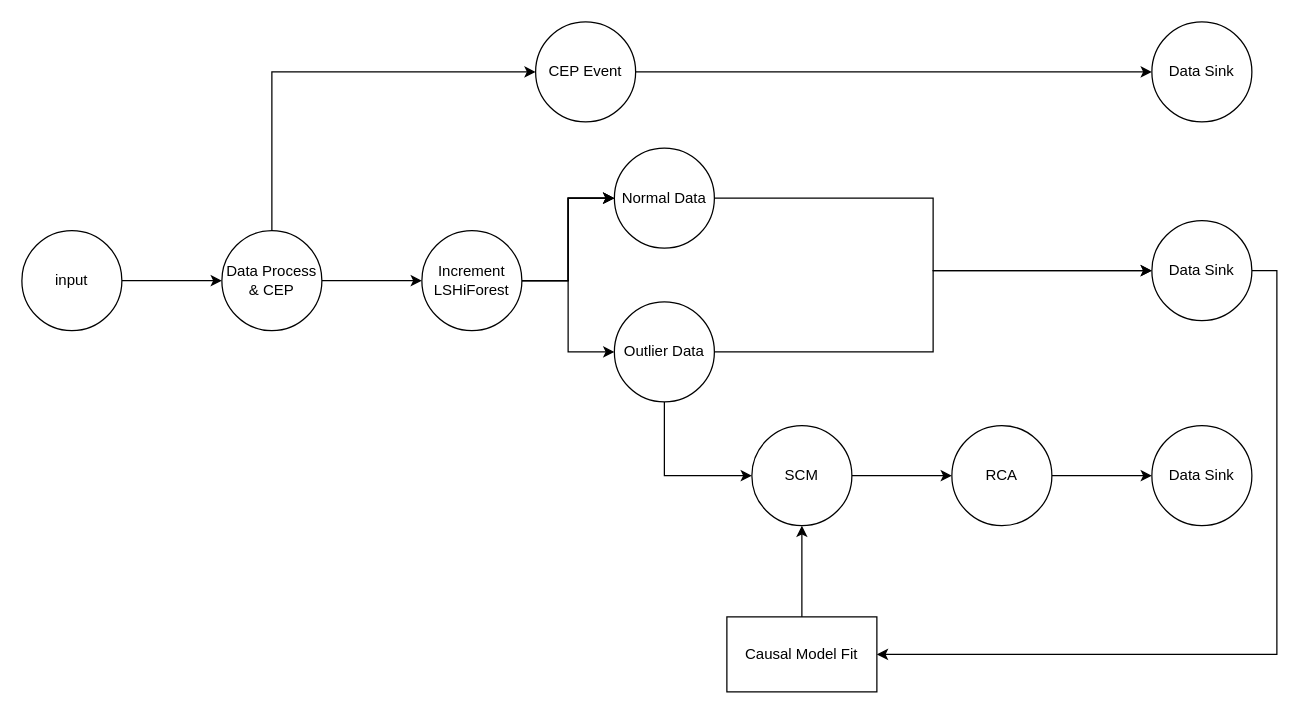
The draw.io diagram page "第 2 页" (2 of 3) of 系统架构图.drawio in LiLiJacky/graphData, before the edit. Source tidied: cells renumbered, new cells numbered last; positions are measured from the earlier drawing's top-left corner, leaving out a move shared by most shapes. Both pictures are drawn from the tidied source at 125%, with x=0, y=0 at pixel (21, 21).
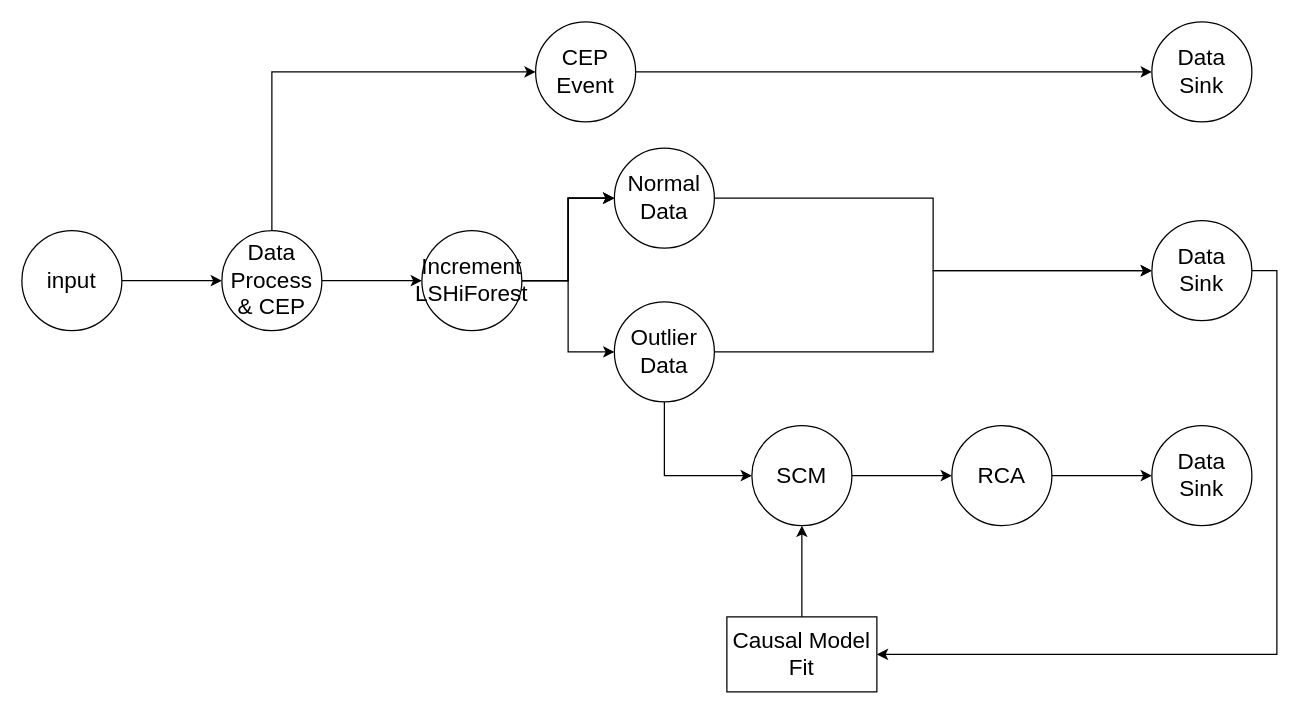
After the change.

Change to the diagram source:
```diff
@@
-    <mxCell id="2" style="edgeStyle=orthogonalEdgeStyle;rounded=0;jettySize=auto;html=1;" parent="1" edge="1" source="3" target="6">
+    <mxCell id="2" style="edgeStyle=orthogonalEdgeStyle;rounded=0;jettySize=auto;html=1;fontSize=18;" parent="1" edge="1" source="3" target="6">
       <mxGeometry relative="1" as="geometry" />
     </mxCell>
-    <mxCell id="3" value="input" style="ellipse;whiteSpace=wrap;html=1;" parent="1" vertex="1">
+    <mxCell id="3" value="input" style="ellipse;whiteSpace=wrap;html=1;fontSize=18;" parent="1" vertex="1">
       <mxGeometry y="167" width="80" height="80" as="geometry" />
     </mxCell>
-    <mxCell id="4" style="edgeStyle=orthogonalEdgeStyle;rounded=0;jettySize=auto;html=1;entryX=0;entryY=0.5;entryDx=0;entryDy=0;exitX=0.5;exitY=0;exitDx=0;exitDy=0;" parent="1" edge="1" source="6" target="8">
+    <mxCell id="4" style="edgeStyle=orthogonalEdgeStyle;rounded=0;jettySize=auto;html=1;entryX=0;entryY=0.5;entryDx=0;entryDy=0;exitX=0.5;exitY=0;exitDx=0;exitDy=0;fontSize=18;" parent="1" edge="1" source="6" target="8">
       <mxGeometry relative="1" as="geometry" />
     </mxCell>
-    <mxCell id="5" style="edgeStyle=orthogonalEdgeStyle;rounded=0;jettySize=auto;html=1;" parent="1" edge="1" source="6" target="13">
+    <mxCell id="5" style="edgeStyle=orthogonalEdgeStyle;rounded=0;jettySize=auto;html=1;fontSize=18;" parent="1" edge="1" source="6" target="13">
       <mxGeometry relative="1" as="geometry" />
     </mxCell>
-    <mxCell id="6" value="Data Process &amp;amp; CEP" style="ellipse;whiteSpace=wrap;html=1;" parent="1" vertex="1">
+    <mxCell id="6" value="Data Process &amp;amp; CEP" style="ellipse;whiteSpace=wrap;html=1;fontSize=18;" parent="1" vertex="1">
       <mxGeometry x="160" y="167" width="80" height="80" as="geometry" />
     </mxCell>
-    <mxCell id="7" style="edgeStyle=orthogonalEdgeStyle;rounded=0;jettySize=auto;html=1;" parent="1" edge="1" source="8" target="23">
+    <mxCell id="7" style="edgeStyle=orthogonalEdgeStyle;rounded=0;jettySize=auto;html=1;fontSize=18;" parent="1" edge="1" source="8" target="23">
       <mxGeometry relative="1" as="geometry" />
     </mxCell>
-    <mxCell id="8" value="CEP Event" style="ellipse;whiteSpace=wrap;html=1;" parent="1" vertex="1">
+    <mxCell id="8" value="CEP Event" style="ellipse;whiteSpace=wrap;html=1;fontSize=18;" parent="1" vertex="1">
       <mxGeometry x="411" width="80" height="80" as="geometry" />
     </mxCell>
-    <mxCell id="9" style="edgeStyle=orthogonalEdgeStyle;rounded=0;jettySize=auto;html=1;" parent="1" edge="1" source="13" target="15">
+    <mxCell id="9" style="edgeStyle=orthogonalEdgeStyle;rounded=0;jettySize=auto;html=1;fontSize=18;" parent="1" edge="1" source="13" target="15">
       <mxGeometry relative="1" as="geometry" />
     </mxCell>
-    <mxCell id="10" style="edgeStyle=orthogonalEdgeStyle;rounded=0;jettySize=auto;html=1;" parent="1" edge="1" source="13" target="15">
+    <mxCell id="10" style="edgeStyle=orthogonalEdgeStyle;rounded=0;jettySize=auto;html=1;fontSize=18;" parent="1" edge="1" source="13" target="15">
       <mxGeometry relative="1" as="geometry" />
     </mxCell>
-    <mxCell id="11" style="edgeStyle=orthogonalEdgeStyle;rounded=0;jettySize=auto;html=1;" parent="1" edge="1" source="13" target="15">
+    <mxCell id="11" style="edgeStyle=orthogonalEdgeStyle;rounded=0;jettySize=auto;html=1;fontSize=18;" parent="1" edge="1" source="13" target="15">
       <mxGeometry relative="1" as="geometry" />
     </mxCell>
-    <mxCell id="12" style="edgeStyle=orthogonalEdgeStyle;rounded=0;jettySize=auto;html=1;entryX=0;entryY=0.5;entryDx=0;entryDy=0;" parent="1" edge="1" source="13" target="18">
+    <mxCell id="12" style="edgeStyle=orthogonalEdgeStyle;rounded=0;jettySize=auto;html=1;entryX=0;entryY=0.5;entryDx=0;entryDy=0;fontSize=18;" parent="1" edge="1" source="13" target="18">
       <mxGeometry relative="1" as="geometry" />
     </mxCell>
-    <mxCell id="13" value="Increment LSHiForest" style="ellipse;whiteSpace=wrap;html=1;" parent="1" vertex="1">
+    <mxCell id="13" value="Increment LSHiForest" style="ellipse;whiteSpace=wrap;html=1;fontSize=18;" parent="1" vertex="1">
       <mxGeometry x="320" y="167" width="80" height="80" as="geometry" />
     </mxCell>
-    <mxCell id="14" style="edgeStyle=orthogonalEdgeStyle;rounded=0;jettySize=auto;html=1;" parent="1" edge="1" source="15" target="22">
+    <mxCell id="14" style="edgeStyle=orthogonalEdgeStyle;rounded=0;jettySize=auto;html=1;fontSize=18;" parent="1" edge="1" source="15" target="22">
       <mxGeometry relative="1" as="geometry" />
     </mxCell>
-    <mxCell id="15" value="Normal Data" style="ellipse;whiteSpace=wrap;html=1;" parent="1" vertex="1">
+    <mxCell id="15" value="Normal Data" style="ellipse;whiteSpace=wrap;html=1;fontSize=18;" parent="1" vertex="1">
       <mxGeometry x="474" y="101" width="80" height="80" as="geometry" />
     </mxCell>
-    <mxCell id="16" style="edgeStyle=orthogonalEdgeStyle;rounded=0;jettySize=auto;html=1;exitX=0.5;exitY=1;exitDx=0;exitDy=0;entryX=0;entryY=0.5;entryDx=0;entryDy=0;" parent="1" edge="1" source="18" target="20">
+    <mxCell id="16" style="edgeStyle=orthogonalEdgeStyle;rounded=0;jettySize=auto;html=1;exitX=0.5;exitY=1;exitDx=0;exitDy=0;entryX=0;entryY=0.5;entryDx=0;entryDy=0;fontSize=18;" parent="1" edge="1" source="18" target="20">
       <mxGeometry relative="1" as="geometry" />
     </mxCell>
-    <mxCell id="17" style="edgeStyle=orthogonalEdgeStyle;rounded=0;jettySize=auto;html=1;" parent="1" edge="1" source="18" target="22">
+    <mxCell id="17" style="edgeStyle=orthogonalEdgeStyle;rounded=0;jettySize=auto;html=1;fontSize=18;" parent="1" edge="1" source="18" target="22">
       <mxGeometry relative="1" as="geometry" />
     </mxCell>
-    <mxCell id="18" value="Outlier Data" style="ellipse;whiteSpace=wrap;html=1;" parent="1" vertex="1">
+    <mxCell id="18" value="Outlier Data" style="ellipse;whiteSpace=wrap;html=1;fontSize=18;" parent="1" vertex="1">
       <mxGeometry x="474" y="224" width="80" height="80" as="geometry" />
     </mxCell>
-    <mxCell id="19" style="edgeStyle=orthogonalEdgeStyle;rounded=0;jettySize=auto;html=1;" parent="1" edge="1" source="20" target="25">
+    <mxCell id="19" style="edgeStyle=orthogonalEdgeStyle;rounded=0;jettySize=auto;html=1;fontSize=18;" parent="1" edge="1" source="20" target="25">
       <mxGeometry relative="1" as="geometry" />
     </mxCell>
-    <mxCell id="20" value="SCM" style="ellipse;whiteSpace=wrap;html=1;" parent="1" vertex="1">
+    <mxCell id="20" value="SCM" style="ellipse;whiteSpace=wrap;html=1;fontSize=18;" parent="1" vertex="1">
       <mxGeometry x="584" y="323" width="80" height="80" as="geometry" />
     </mxCell>
-    <mxCell id="21" style="edgeStyle=orthogonalEdgeStyle;rounded=0;jettySize=auto;html=1;entryX=1;entryY=0.5;entryDx=0;entryDy=0;exitX=1;exitY=0.5;exitDx=0;exitDy=0;" parent="1" edge="1" source="22" target="28">
+    <mxCell id="21" style="edgeStyle=orthogonalEdgeStyle;rounded=0;jettySize=auto;html=1;entryX=1;entryY=0.5;entryDx=0;entryDy=0;exitX=1;exitY=0.5;exitDx=0;exitDy=0;fontSize=18;" parent="1" edge="1" source="22" target="28">
       <mxGeometry relative="1" as="geometry" />
     </mxCell>
-    <mxCell id="22" value="Data Sink" style="ellipse;whiteSpace=wrap;html=1;" parent="1" vertex="1">
+    <mxCell id="22" value="Data Sink" style="ellipse;whiteSpace=wrap;html=1;fontSize=18;" parent="1" vertex="1">
       <mxGeometry x="904" y="159" width="80" height="80" as="geometry" />
     </mxCell>
-    <mxCell id="23" value="Data Sink" style="ellipse;whiteSpace=wrap;html=1;" parent="1" vertex="1">
+    <mxCell id="23" value="Data Sink" style="ellipse;whiteSpace=wrap;html=1;fontSize=18;" parent="1" vertex="1">
       <mxGeometry x="904" width="80" height="80" as="geometry" />
     </mxCell>
-    <mxCell id="24" style="edgeStyle=orthogonalEdgeStyle;rounded=0;jettySize=auto;html=1;" parent="1" edge="1" source="25" target="26">
+    <mxCell id="24" style="edgeStyle=orthogonalEdgeStyle;rounded=0;jettySize=auto;html=1;fontSize=18;" parent="1" edge="1" source="25" target="26">
       <mxGeometry relative="1" as="geometry" />
     </mxCell>
-    <mxCell id="25" value="RCA" style="ellipse;whiteSpace=wrap;html=1;" parent="1" vertex="1">
+    <mxCell id="25" value="RCA" style="ellipse;whiteSpace=wrap;html=1;fontSize=18;" parent="1" vertex="1">
       <mxGeometry x="744" y="323" width="80" height="80" as="geometry" />
     </mxCell>
-    <mxCell id="26" value="Data Sink" style="ellipse;whiteSpace=wrap;html=1;" parent="1" vertex="1">
+    <mxCell id="26" value="Data Sink" style="ellipse;whiteSpace=wrap;html=1;fontSize=18;" parent="1" vertex="1">
       <mxGeometry x="904" y="323" width="80" height="80" as="geometry" />
     </mxCell>
-    <mxCell id="27" style="edgeStyle=orthogonalEdgeStyle;rounded=0;jettySize=auto;html=1;entryX=0.5;entryY=1;entryDx=0;entryDy=0;" parent="1" edge="1" source="28" target="20">
+    <mxCell id="27" style="edgeStyle=orthogonalEdgeStyle;rounded=0;jettySize=auto;html=1;" parent="1" edge="1" source="28" target="20">
       <mxGeometry relative="1" as="geometry" />
     </mxCell>
-    <mxCell id="28" value="Causal Model Fit" style="whiteSpace=wrap;html=1;" parent="1" vertex="1">
+    <mxCell id="28" value="Causal Model Fit" style="whiteSpace=wrap;html=1;fontSize=18;" parent="1" vertex="1">
       <mxGeometry x="564" y="476" width="120" height="60" as="geometry" />
     </mxCell>
```
